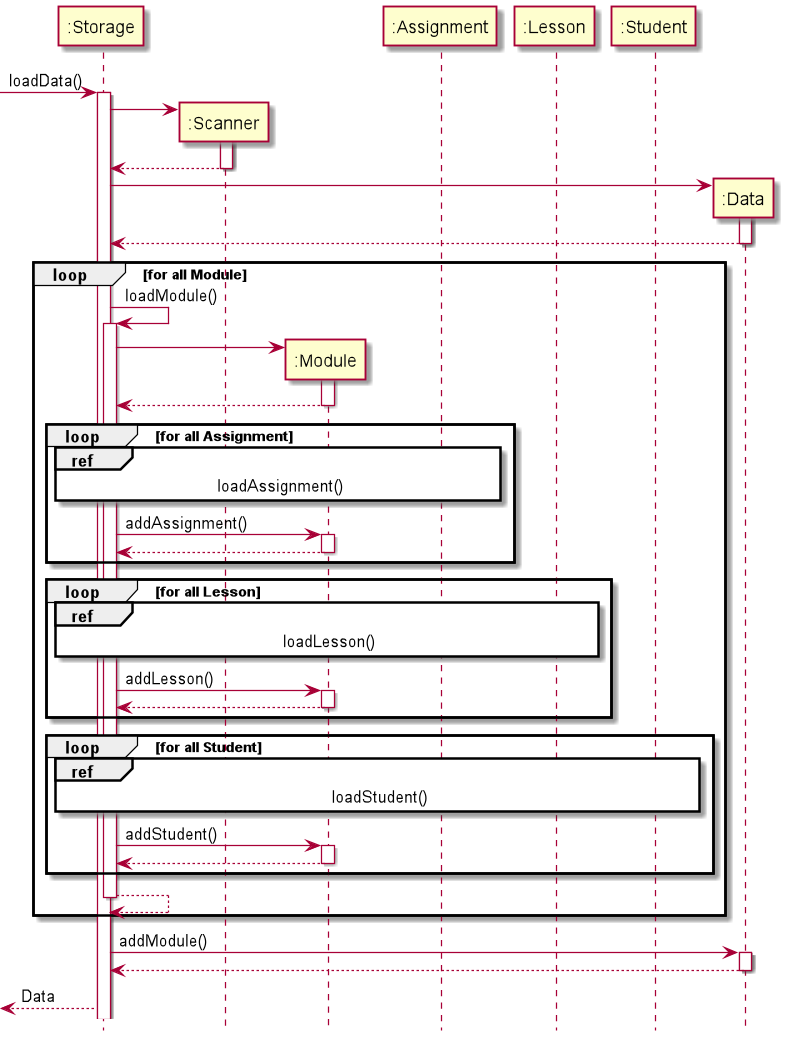
The PlantUML diagram docs/uml/LoadDataSequenceDiagram.png in vaiish371/tp, before a commit.
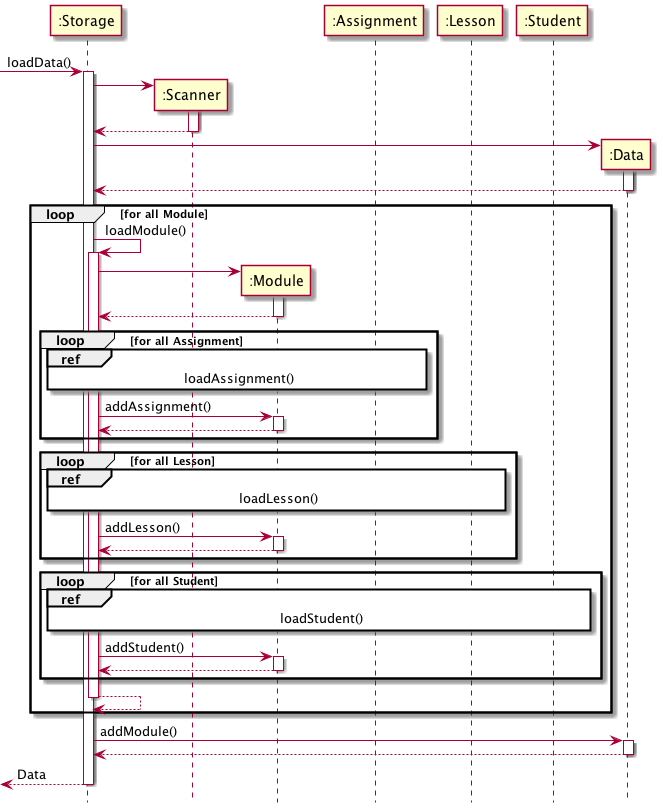
Above is the later version.

The edit, as a diff of the source:
```diff
@@ -68,5 +68,6 @@
 deactivate Data
 
 [<-- Storage : Data
+deactivate Storage
 
 @enduml
```
